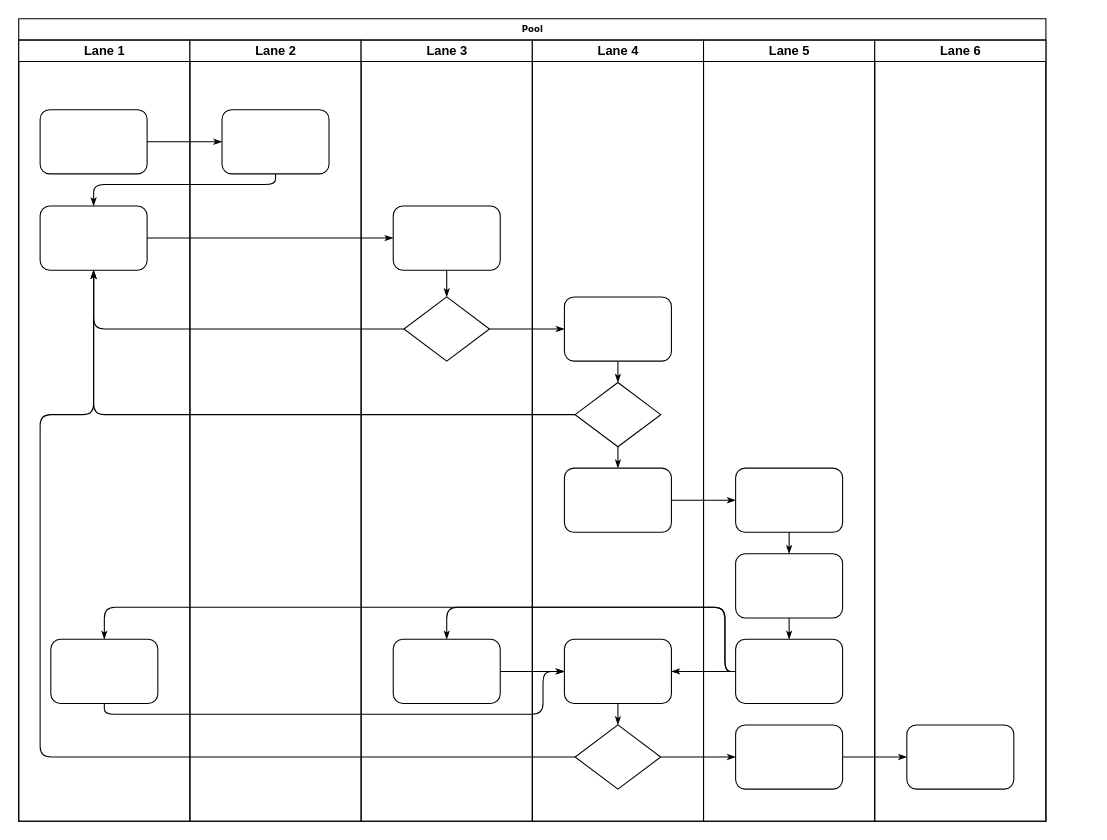
Above: Untitled Diagram.drawio in acodetailor/uml (draw.io), before the change. Source tidied: cells renumbered, new cells numbered last; positions are measured from the earlier drawing's top-left corner, leaving out a move shared by most shapes. Both pictures are drawn from the tidied source at 107%, with x=0, y=0 at pixel (18, 18).
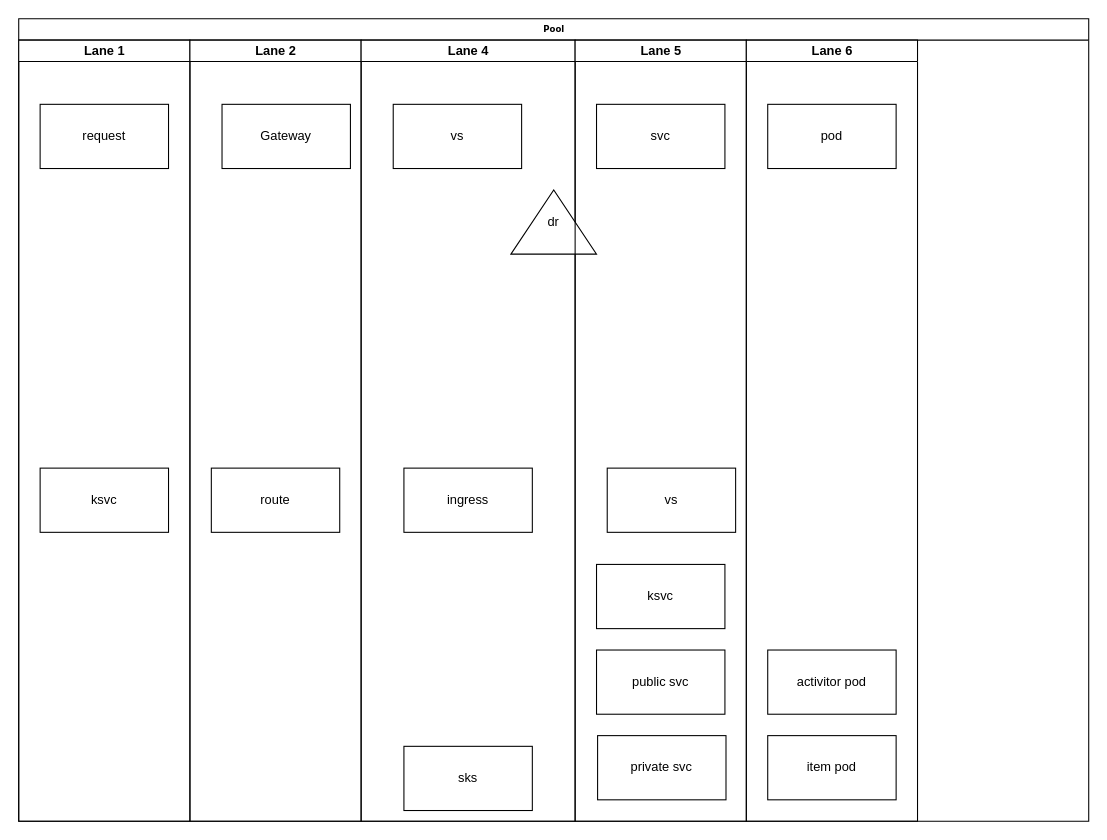
After the change.

The change refers to these unchanged cells:
```xml
<mxCell id="3" value="Lane 1" style="swimlane;html=1;startSize=20;" parent="2" vertex="1">
  <mxGeometry y="20" width="160" height="730" as="geometry" />
</mxCell>
<mxCell id="22" value="Lane 2" style="swimlane;html=1;startSize=20;" parent="2" vertex="1">
  <mxGeometry x="160" y="20" width="160" height="730" as="geometry" />
</mxCell>
```

The edit, as a diff of the source:
```diff
@@
     <mxCell id="2" value="Pool" style="swimlane;html=1;startSize=20;rounded=0;shadow=0;labelBackgroundColor=none;strokeWidth=1;fontFamily=Verdana;fontSize=8;align=center;" parent="1" vertex="1">
-      <mxGeometry width="960" height="750" as="geometry" />
+      <mxGeometry width="1000" height="750" as="geometry" />
     </mxCell>
@@
-    <mxCell id="4" style="rounded=1;whiteSpace=wrap;html=1;shadow=0;labelBackgroundColor=none;strokeWidth=1;fontFamily=Verdana;fontSize=8;align=center;" parent="3" vertex="1">
-      <mxGeometry x="20" y="65" width="100" height="60" as="geometry" />
-    </mxCell>
-    <mxCell id="5" style="rounded=1;whiteSpace=wrap;html=1;shadow=0;labelBackgroundColor=none;strokeWidth=1;fontFamily=Verdana;fontSize=8;align=center;" parent="3" vertex="1">
-      <mxGeometry x="20" y="155" width="100" height="60" as="geometry" />
-    </mxCell>
-    <mxCell id="6" style="rounded=1;whiteSpace=wrap;html=1;shadow=0;labelBackgroundColor=none;strokeWidth=1;fontFamily=Verdana;fontSize=8;align=center;" parent="3" vertex="1">
-      <mxGeometry x="30" y="560" width="100" height="60" as="geometry" />
-    </mxCell>
-    <mxCell id="7" style="edgeStyle=orthogonalEdgeStyle;rounded=1;html=1;labelBackgroundColor=none;startArrow=none;startFill=0;startSize=5;endArrow=classicThin;endFill=1;endSize=5;jettySize=auto;strokeWidth=1;fontFamily=Verdana;fontSize=8;" parent="2" edge="1" source="4" target="23">
-      <mxGeometry relative="1" as="geometry" />
-    </mxCell>
-    <mxCell id="8" style="edgeStyle=orthogonalEdgeStyle;rounded=1;html=1;labelBackgroundColor=none;startArrow=none;startFill=0;startSize=5;endArrow=classicThin;endFill=1;endSize=5;jettySize=auto;strokeWidth=1;fontFamily=Verdana;fontSize=8;" parent="2" edge="1" source="23" target="5">
-      <mxGeometry relative="1" as="geometry">
-        <Array as="points">
-          <mxPoint x="240" y="155" />
-          <mxPoint x="70" y="155" />
-        </Array>
-      </mxGeometry>
-    </mxCell>
-    <mxCell id="9" style="edgeStyle=orthogonalEdgeStyle;rounded=1;html=1;labelBackgroundColor=none;startArrow=none;startFill=0;startSize=5;endArrow=classicThin;endFill=1;endSize=5;jettySize=auto;strokeWidth=1;fontFamily=Verdana;fontSize=8;" parent="2" edge="1" source="5" target="25">
-      <mxGeometry relative="1" as="geometry" />
-    </mxCell>
-    <mxCell id="10" style="edgeStyle=orthogonalEdgeStyle;rounded=1;html=1;labelBackgroundColor=none;startArrow=none;startFill=0;startSize=5;endArrow=classicThin;endFill=1;endSize=5;jettySize=auto;strokeWidth=1;fontFamily=Verdana;fontSize=8;" parent="2" edge="1" source="26" target="5">
-      <mxGeometry relative="1" as="geometry" />
-    </mxCell>
-    <mxCell id="11" style="edgeStyle=orthogonalEdgeStyle;rounded=1;html=1;labelBackgroundColor=none;startArrow=none;startFill=0;startSize=5;endArrow=classicThin;endFill=1;endSize=5;jettySize=auto;strokeWidth=1;fontFamily=Verdana;fontSize=8;" parent="2" edge="1" source="31" target="5">
-      <mxGeometry relative="1" as="geometry" />
-    </mxCell>
-    <mxCell id="12" style="edgeStyle=orthogonalEdgeStyle;rounded=1;html=1;labelBackgroundColor=none;startArrow=none;startFill=0;startSize=5;endArrow=classicThin;endFill=1;endSize=5;jettySize=auto;strokeWidth=1;fontFamily=Verdana;fontSize=8;" parent="2" edge="1" source="34" target="5">
-      <mxGeometry relative="1" as="geometry">
-        <Array as="points">
-          <mxPoint x="20" y="690" />
-          <mxPoint x="20" y="370" />
-          <mxPoint x="70" y="370" />
-        </Array>
-      </mxGeometry>
-    </mxCell>
-    <mxCell id="13" style="edgeStyle=orthogonalEdgeStyle;rounded=1;html=1;labelBackgroundColor=none;startArrow=none;startFill=0;startSize=5;endArrow=classicThin;endFill=1;endSize=5;jettySize=auto;strokeWidth=1;fontFamily=Verdana;fontSize=8;" parent="2" edge="1" source="26" target="30">
-      <mxGeometry relative="1" as="geometry" />
-    </mxCell>
-    <mxCell id="14" style="edgeStyle=orthogonalEdgeStyle;rounded=1;html=1;labelBackgroundColor=none;startArrow=none;startFill=0;startSize=5;endArrow=classicThin;endFill=1;endSize=5;jettySize=auto;strokeWidth=1;fontFamily=Verdana;fontSize=8;" parent="2" edge="1" source="34" target="42">
-      <mxGeometry relative="1" as="geometry" />
-    </mxCell>
-    <mxCell id="15" style="edgeStyle=orthogonalEdgeStyle;rounded=1;html=1;labelBackgroundColor=none;startArrow=none;startFill=0;startSize=5;endArrow=classicThin;endFill=1;endSize=5;jettySize=auto;strokeWidth=1;fontFamily=Verdana;fontSize=8;" parent="2" edge="1" source="42" target="46">
-      <mxGeometry relative="1" as="geometry" />
-    </mxCell>
-    <mxCell id="16" style="edgeStyle=orthogonalEdgeStyle;rounded=1;html=1;labelBackgroundColor=none;startArrow=none;startFill=0;startSize=5;endArrow=classicThin;endFill=1;endSize=5;jettySize=auto;strokeWidth=1;fontFamily=Verdana;fontSize=8;" parent="2" edge="1" source="32" target="39">
-      <mxGeometry relative="1" as="geometry" />
-    </mxCell>
-    <mxCell id="17" style="edgeStyle=orthogonalEdgeStyle;rounded=1;html=1;labelBackgroundColor=none;startArrow=none;startFill=0;startSize=5;endArrow=classicThin;endFill=1;endSize=5;jettySize=auto;strokeWidth=1;fontFamily=Verdana;fontSize=8;" parent="2" edge="1" source="41" target="27">
-      <mxGeometry relative="1" as="geometry">
-        <Array as="points">
-          <mxPoint x="660" y="610" />
-          <mxPoint x="660" y="550" />
-          <mxPoint x="400" y="550" />
-        </Array>
-      </mxGeometry>
-    </mxCell>
-    <mxCell id="18" style="edgeStyle=orthogonalEdgeStyle;rounded=1;html=1;labelBackgroundColor=none;startArrow=none;startFill=0;startSize=5;endArrow=classicThin;endFill=1;endSize=5;jettySize=auto;strokeColor=#000000;strokeWidth=1;fontFamily=Verdana;fontSize=8;fontColor=#000000;" parent="2" edge="1" source="41" target="33">
-      <mxGeometry relative="1" as="geometry" />
-    </mxCell>
-    <mxCell id="19" style="edgeStyle=orthogonalEdgeStyle;rounded=1;html=1;labelBackgroundColor=none;startArrow=none;startFill=0;startSize=5;endArrow=classicThin;endFill=1;endSize=5;jettySize=auto;strokeWidth=1;fontFamily=Verdana;fontSize=8;" parent="2" edge="1" source="41" target="6">
-      <mxGeometry relative="1" as="geometry">
-        <Array as="points">
-          <mxPoint x="660" y="610" />
-          <mxPoint x="660" y="550" />
-          <mxPoint x="80" y="550" />
-        </Array>
-      </mxGeometry>
-    </mxCell>
-    <mxCell id="20" style="edgeStyle=orthogonalEdgeStyle;rounded=1;html=1;labelBackgroundColor=none;startArrow=none;startFill=0;startSize=5;endArrow=classicThin;endFill=1;endSize=5;jettySize=auto;strokeWidth=1;fontFamily=Verdana;fontSize=8;" parent="2" edge="1" source="6" target="33">
-      <mxGeometry relative="1" as="geometry">
-        <Array as="points">
-          <mxPoint x="80" y="650" />
-          <mxPoint x="490" y="650" />
-          <mxPoint x="490" y="610" />
-        </Array>
-      </mxGeometry>
-    </mxCell>
-    <mxCell id="21" style="edgeStyle=orthogonalEdgeStyle;rounded=1;html=1;labelBackgroundColor=none;startArrow=none;startFill=0;startSize=5;endArrow=classicThin;endFill=1;endSize=5;jettySize=auto;strokeWidth=1;fontFamily=Verdana;fontSize=8;" parent="2" edge="1" source="27" target="33">
-      <mxGeometry relative="1" as="geometry" />
-    </mxCell>
+    <mxCell id="47" value="request" style="rounded=0;whiteSpace=wrap;html=1;" parent="3" vertex="1">
+      <mxGeometry x="20" y="60" width="120" height="60" as="geometry" />
+    </mxCell>
+    <mxCell id="48" value="ksvc" style="rounded=0;whiteSpace=wrap;html=1;" parent="3" vertex="1">
+      <mxGeometry x="20" y="400" width="120" height="60" as="geometry" />
+    </mxCell>
@@
-    <mxCell id="23" style="rounded=1;whiteSpace=wrap;html=1;shadow=0;labelBackgroundColor=none;strokeWidth=1;fontFamily=Verdana;fontSize=8;align=center;" parent="22" vertex="1">
-      <mxGeometry x="30" y="65" width="100" height="60" as="geometry" />
-    </mxCell>
-    <mxCell id="24" value="Lane 3" style="swimlane;html=1;startSize=20;" parent="2" vertex="1">
-      <mxGeometry x="320" y="20" width="160" height="730" as="geometry" />
-    </mxCell>
-    <mxCell id="25" style="rounded=1;whiteSpace=wrap;html=1;shadow=0;labelBackgroundColor=none;strokeWidth=1;fontFamily=Verdana;fontSize=8;align=center;" parent="24" vertex="1">
-      <mxGeometry x="30" y="155" width="100" height="60" as="geometry" />
-    </mxCell>
-    <mxCell id="26" style="rhombus;whiteSpace=wrap;html=1;rounded=0;shadow=0;labelBackgroundColor=none;strokeWidth=1;fontFamily=Verdana;fontSize=8;align=center;" parent="24" vertex="1">
-      <mxGeometry x="40" y="240" width="80" height="60" as="geometry" />
-    </mxCell>
-    <mxCell id="27" style="rounded=1;whiteSpace=wrap;html=1;shadow=0;labelBackgroundColor=none;strokeWidth=1;fontFamily=Verdana;fontSize=8;align=center;" parent="24" vertex="1">
-      <mxGeometry x="30" y="560" width="100" height="60" as="geometry" />
-    </mxCell>
-    <mxCell id="28" style="edgeStyle=orthogonalEdgeStyle;rounded=1;html=1;labelBackgroundColor=none;startArrow=none;startFill=0;startSize=5;endArrow=classicThin;endFill=1;endSize=5;jettySize=auto;strokeWidth=1;fontFamily=Verdana;fontSize=8;" parent="24" edge="1" source="25" target="26">
-      <mxGeometry relative="1" as="geometry" />
-    </mxCell>
+    <mxCell id="49" value="Gateway" style="rounded=0;whiteSpace=wrap;html=1;" parent="22" vertex="1">
+      <mxGeometry x="30" y="60" width="120" height="60" as="geometry" />
+    </mxCell>
+    <mxCell id="50" value="route" style="rounded=0;whiteSpace=wrap;html=1;" parent="22" vertex="1">
+      <mxGeometry x="20" y="400" width="120" height="60" as="geometry" />
+    </mxCell>
     <mxCell id="29" value="Lane 4" style="swimlane;html=1;startSize=20;" parent="2" vertex="1">
-      <mxGeometry x="480" y="20" width="160" height="730" as="geometry" />
+      <mxGeometry x="320" y="20" width="200" height="730" as="geometry" />
     </mxCell>
-    <mxCell id="30" style="rounded=1;whiteSpace=wrap;html=1;shadow=0;labelBackgroundColor=none;strokeWidth=1;fontFamily=Verdana;fontSize=8;align=center;" parent="29" vertex="1">
-      <mxGeometry x="30" y="240" width="100" height="60" as="geometry" />
-    </mxCell>
-    <mxCell id="31" style="rhombus;whiteSpace=wrap;html=1;rounded=0;shadow=0;labelBackgroundColor=none;strokeWidth=1;fontFamily=Verdana;fontSize=8;align=center;" parent="29" vertex="1">
-      <mxGeometry x="40" y="320" width="80" height="60" as="geometry" />
-    </mxCell>
-    <mxCell id="32" style="rounded=1;whiteSpace=wrap;html=1;shadow=0;labelBackgroundColor=none;strokeWidth=1;fontFamily=Verdana;fontSize=8;align=center;" parent="29" vertex="1">
-      <mxGeometry x="30" y="400" width="100" height="60" as="geometry" />
-    </mxCell>
-    <mxCell id="33" style="rounded=1;whiteSpace=wrap;html=1;shadow=0;labelBackgroundColor=none;strokeWidth=1;fontFamily=Verdana;fontSize=8;align=center;" parent="29" vertex="1">
-      <mxGeometry x="30" y="560" width="100" height="60" as="geometry" />
-    </mxCell>
-    <mxCell id="34" style="rhombus;whiteSpace=wrap;html=1;rounded=0;shadow=0;labelBackgroundColor=none;strokeWidth=1;fontFamily=Verdana;fontSize=8;align=center;" parent="29" vertex="1">
-      <mxGeometry x="40" y="640" width="80" height="60" as="geometry" />
-    </mxCell>
-    <mxCell id="35" style="edgeStyle=orthogonalEdgeStyle;rounded=1;html=1;labelBackgroundColor=none;startArrow=none;startFill=0;startSize=5;endArrow=classicThin;endFill=1;endSize=5;jettySize=auto;strokeColor=#000000;strokeWidth=1;fontFamily=Verdana;fontSize=8;fontColor=#000000;" parent="29" edge="1" source="30" target="31">
-      <mxGeometry relative="1" as="geometry" />
-    </mxCell>
-    <mxCell id="36" style="edgeStyle=orthogonalEdgeStyle;rounded=1;html=1;labelBackgroundColor=none;startArrow=none;startFill=0;startSize=5;endArrow=classicThin;endFill=1;endSize=5;jettySize=auto;strokeWidth=1;fontFamily=Verdana;fontSize=8;" parent="29" edge="1" source="31" target="32">
-      <mxGeometry relative="1" as="geometry" />
-    </mxCell>
-    <mxCell id="37" style="edgeStyle=orthogonalEdgeStyle;rounded=1;html=1;labelBackgroundColor=none;startArrow=none;startFill=0;startSize=5;endArrow=classicThin;endFill=1;endSize=5;jettySize=auto;strokeWidth=1;fontFamily=Verdana;fontSize=8;" parent="29" edge="1" source="33" target="34">
-      <mxGeometry relative="1" as="geometry" />
-    </mxCell>
+    <mxCell id="51" value="vs" style="rounded=0;whiteSpace=wrap;html=1;" parent="29" vertex="1">
+      <mxGeometry x="30" y="60" width="120" height="60" as="geometry" />
+    </mxCell>
+    <mxCell id="52" value="dr" style="triangle;whiteSpace=wrap;html=1;direction=north;" parent="29" vertex="1">
+      <mxGeometry x="140" y="140" width="80" height="60" as="geometry" />
+    </mxCell>
+    <mxCell id="53" value="ingress" style="rounded=0;whiteSpace=wrap;html=1;" parent="29" vertex="1">
+      <mxGeometry x="40" y="400" width="120" height="60" as="geometry" />
+    </mxCell>
+    <mxCell id="54" value="sks" style="rounded=0;whiteSpace=wrap;html=1;" parent="29" vertex="1">
+      <mxGeometry x="40" y="660" width="120" height="60" as="geometry" />
+    </mxCell>
     <mxCell id="38" value="Lane 5" style="swimlane;html=1;startSize=20;" parent="2" vertex="1">
-      <mxGeometry x="640" y="20" width="160" height="730" as="geometry" />
+      <mxGeometry x="520" y="20" width="160" height="730" as="geometry" />
     </mxCell>
-    <mxCell id="39" style="rounded=1;whiteSpace=wrap;html=1;shadow=0;labelBackgroundColor=none;strokeWidth=1;fontFamily=Verdana;fontSize=8;align=center;" parent="38" vertex="1">
-      <mxGeometry x="30" y="400" width="100" height="60" as="geometry" />
-    </mxCell>
-    <mxCell id="40" style="rounded=1;whiteSpace=wrap;html=1;shadow=0;labelBackgroundColor=none;strokeWidth=1;fontFamily=Verdana;fontSize=8;align=center;" parent="38" vertex="1">
-      <mxGeometry x="30" y="480" width="100" height="60" as="geometry" />
-    </mxCell>
-    <mxCell id="41" style="rounded=1;whiteSpace=wrap;html=1;shadow=0;labelBackgroundColor=none;strokeWidth=1;fontFamily=Verdana;fontSize=8;align=center;" parent="38" vertex="1">
-      <mxGeometry x="30" y="560" width="100" height="60" as="geometry" />
-    </mxCell>
-    <mxCell id="42" style="rounded=1;whiteSpace=wrap;html=1;shadow=0;labelBackgroundColor=none;strokeWidth=1;fontFamily=Verdana;fontSize=8;align=center;" parent="38" vertex="1">
-      <mxGeometry x="30" y="640" width="100" height="60" as="geometry" />
-    </mxCell>
-    <mxCell id="43" style="edgeStyle=orthogonalEdgeStyle;rounded=1;html=1;labelBackgroundColor=none;startArrow=none;startFill=0;startSize=5;endArrow=classicThin;endFill=1;endSize=5;jettySize=auto;strokeWidth=1;fontFamily=Verdana;fontSize=8;" parent="38" edge="1" source="39" target="40">
-      <mxGeometry relative="1" as="geometry" />
-    </mxCell>
-    <mxCell id="44" style="edgeStyle=orthogonalEdgeStyle;rounded=1;html=1;labelBackgroundColor=none;startArrow=none;startFill=0;startSize=5;endArrow=classicThin;endFill=1;endSize=5;jettySize=auto;strokeWidth=1;fontFamily=Verdana;fontSize=8;" parent="38" edge="1" source="40" target="41">
-      <mxGeometry relative="1" as="geometry" />
-    </mxCell>
+    <mxCell id="55" value="svc" style="rounded=0;whiteSpace=wrap;html=1;" parent="38" vertex="1">
+      <mxGeometry x="20" y="60" width="120" height="60" as="geometry" />
+    </mxCell>
+    <mxCell id="56" value="vs" style="rounded=0;whiteSpace=wrap;html=1;" parent="38" vertex="1">
+      <mxGeometry x="30" y="400" width="120" height="60" as="geometry" />
+    </mxCell>
+    <mxCell id="57" value="public svc" style="rounded=0;whiteSpace=wrap;html=1;" parent="38" vertex="1">
+      <mxGeometry x="20" y="570" width="120" height="60" as="geometry" />
+    </mxCell>
+    <mxCell id="58" value="private svc" style="rounded=0;whiteSpace=wrap;html=1;" parent="38" vertex="1">
+      <mxGeometry x="21" y="650" width="120" height="60" as="geometry" />
+    </mxCell>
+    <mxCell id="59" value="ksvc" style="rounded=0;whiteSpace=wrap;html=1;" parent="38" vertex="1">
+      <mxGeometry x="20" y="490" width="120" height="60" as="geometry" />
+    </mxCell>
     <mxCell id="45" value="Lane 6" style="swimlane;html=1;startSize=20;" parent="2" vertex="1">
-      <mxGeometry x="800" y="20" width="160" height="730" as="geometry" />
+      <mxGeometry x="680" y="20" width="160" height="730" as="geometry" />
     </mxCell>
-    <mxCell id="46" style="rounded=1;whiteSpace=wrap;html=1;shadow=0;labelBackgroundColor=none;strokeWidth=1;fontFamily=Verdana;fontSize=8;align=center;" parent="45" vertex="1">
-      <mxGeometry x="30" y="640" width="100" height="60" as="geometry" />
-    </mxCell>
+    <mxCell id="60" value="pod" style="rounded=0;whiteSpace=wrap;html=1;" parent="45" vertex="1">
+      <mxGeometry x="20" y="60" width="120" height="60" as="geometry" />
+    </mxCell>
+    <mxCell id="61" value="activitor pod" style="rounded=0;whiteSpace=wrap;html=1;" parent="45" vertex="1">
+      <mxGeometry x="20" y="570" width="120" height="60" as="geometry" />
+    </mxCell>
+    <mxCell id="62" value="item pod" style="rounded=0;whiteSpace=wrap;html=1;" parent="45" vertex="1">
+      <mxGeometry x="20" y="650" width="120" height="60" as="geometry" />
+    </mxCell>
```
